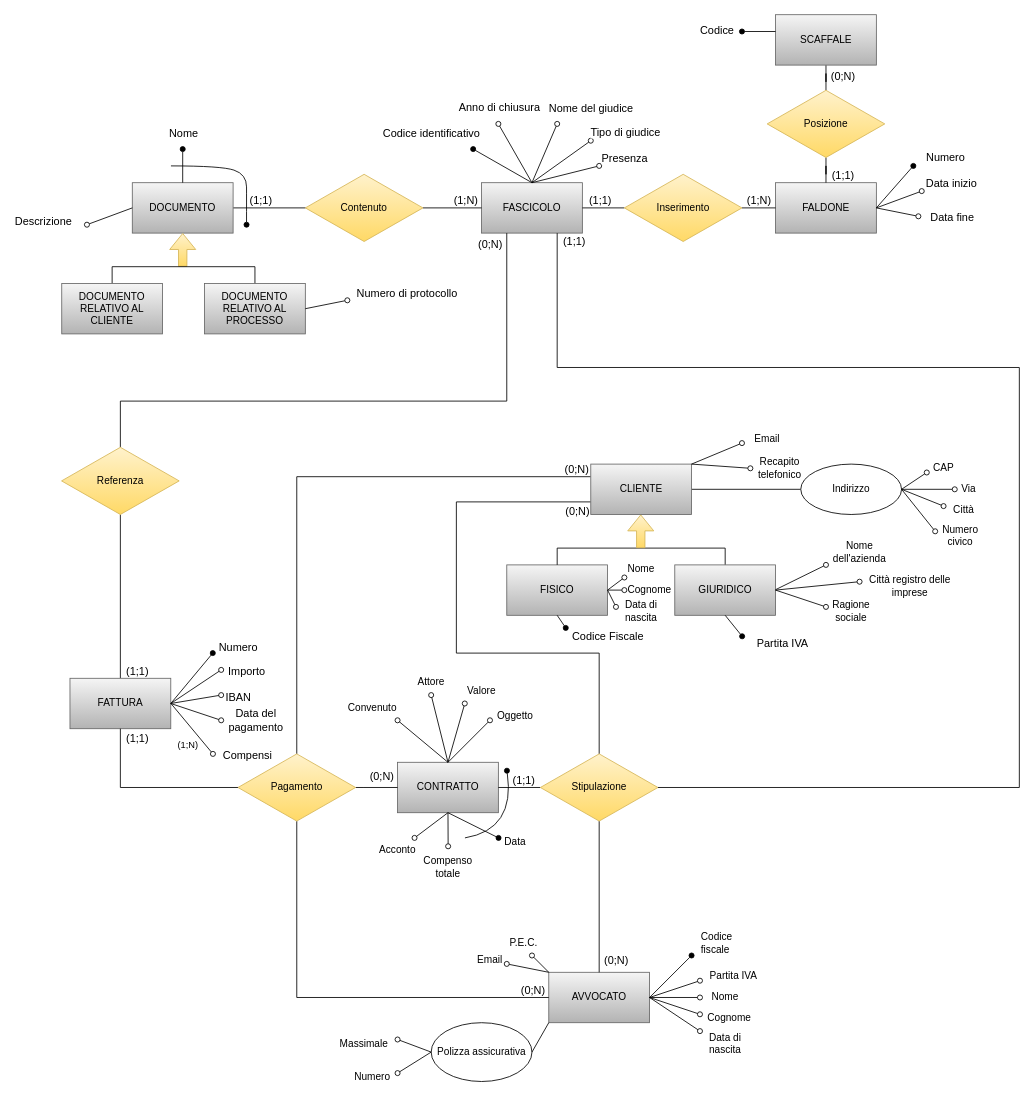
Earlier version of the draw.io diagram DiagrammaER_Completo_Iniziale.drawio (AndreaCiv/BasiDiDati). Source tidied: cells renumbered, new cells numbered last; positions are measured from the earlier drawing's top-left corner, leaving out a move shared by most shapes. Both pictures are drawn from the tidied source at 84%, with x=0, y=0 at pixel (61, 14).
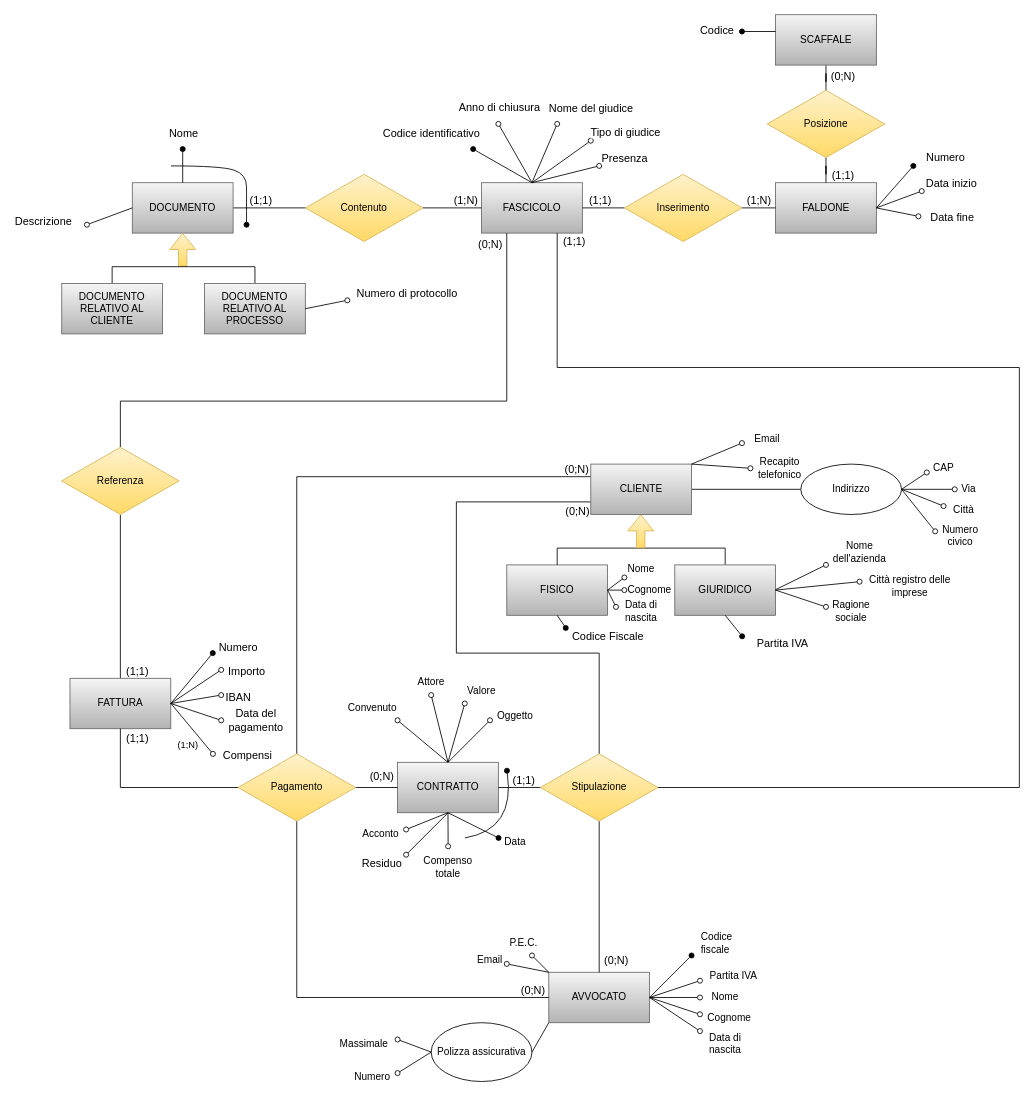
The same page after the edit.

Commit message:
modifica contratto residuo

Unchanged cells that the change refers to:
```xml
<mxCell id="49" value="CONTRATTO" style="rounded=0;whiteSpace=wrap;html=1;fillColor=#f5f5f5;gradientColor=#b3b3b3;strokeColor=#666666;" parent="1" vertex="1">
  <mxGeometry x="399.8" y="890" width="120" height="60" as="geometry" />
</mxCell>
```

What changed in the source:
```diff
@@
     <mxCell id="90" style="endArrow=oval;html=1;rounded=0;endFill=0;exitX=0.5;exitY=1;exitDx=0;exitDy=0;" parent="1" edge="1" source="49">
       <mxGeometry relative="1" as="geometry">
-        <mxPoint x="420" y="980" as="targetPoint" />
+        <mxPoint x="410" y="970" as="targetPoint" />
       </mxGeometry>
     </mxCell>
     <mxCell id="91" value="Acconto" style="text;html=1;strokeColor=none;fillColor=none;align=center;verticalAlign=middle;whiteSpace=wrap;rounded=0;" parent="1" vertex="1">
-      <mxGeometry x="370" y="980" width="60" height="30" as="geometry" />
+      <mxGeometry x="349.8" y="960" width="60" height="30" as="geometry" />
     </mxCell>
@@
+    <mxCell id="157" style="endArrow=oval;html=1;rounded=0;endFill=0;" parent="1" edge="1">
+      <mxGeometry relative="1" as="geometry">
+        <mxPoint x="460" y="950" as="sourcePoint" />
+        <mxPoint x="410" y="1000" as="targetPoint" />
+      </mxGeometry>
+    </mxCell>
+    <mxCell id="158" value="&lt;font style=&quot;font-size: 13px&quot;&gt;Residuo&lt;/font&gt;" style="edgeLabel;html=1;align=center;verticalAlign=middle;" parent="157" vertex="1">
+      <mxGeometry x="0.45" y="-1" relative="1" as="geometry">
+        <mxPoint x="-43" y="24" as="offset" />
+      </mxGeometry>
+    </mxCell>
```
